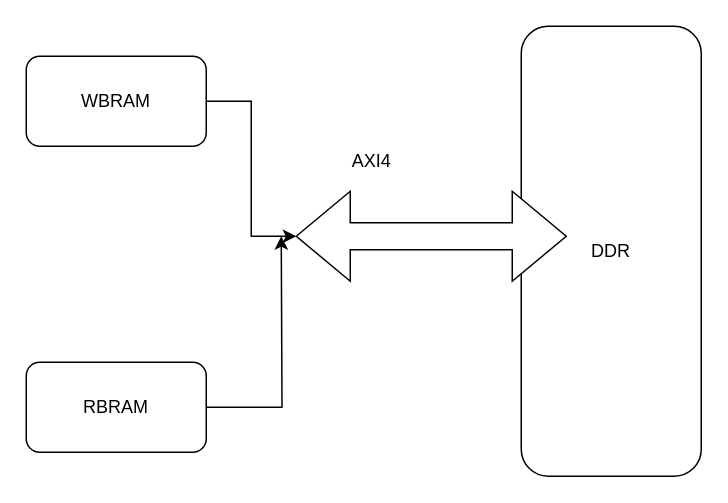
Momenttt/hellogithub keeps this draw.io diagram as eth_ddr_cache.drawio. Above is the earlier version. Source tidied: cells renumbered, new cells numbered last; positions are measured from the earlier drawing's top-left corner, leaving out a move shared by most shapes. Both pictures are drawn from the tidied source at 150%, with x=0, y=0 at pixel (26, 26).
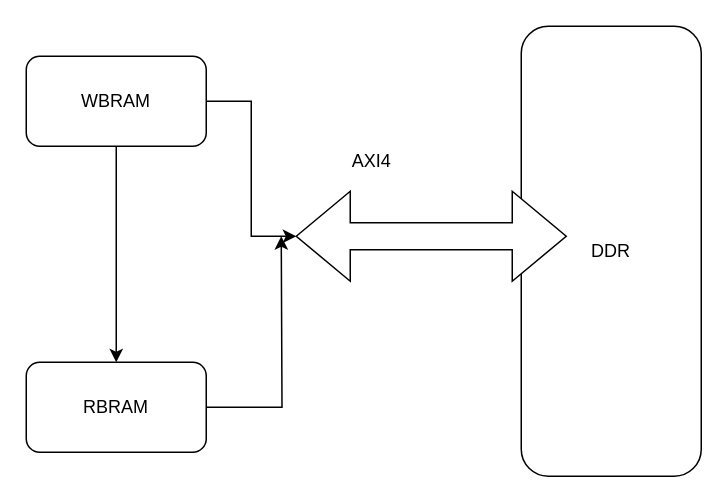
Above is the later version.

Diff of the diagram source:
```diff
@@
 <mxGraphModel>
   <root>
     <mxCell id="0" />
     <mxCell id="1" parent="0" />
     <mxCell id="2" style="edgeStyle=orthogonalEdgeStyle;rounded=0;jettySize=auto;html=1;exitX=1;exitY=0.5;exitDx=0;exitDy=0;entryX=0;entryY=0.5;entryDx=0;entryDy=0;entryPerimeter=0;" parent="1" edge="1" source="3" target="7">
       <mxGeometry relative="1" as="geometry" />
     </mxCell>
+    <mxCell id="9" style="edgeStyle=orthogonalEdgeStyle;rounded=0;jettySize=auto;html=1;exitX=0.5;exitY=1;exitDx=0;exitDy=0;" parent="1" edge="1" source="3" target="5">
+      <mxGeometry relative="1" as="geometry" />
+    </mxCell>
     <mxCell id="3" value="WBRAM" style="rounded=1;whiteSpace=wrap;html=1;" parent="1" vertex="1">
       <mxGeometry y="20" width="120" height="60" as="geometry" />
     </mxCell>
     <mxCell id="4" style="edgeStyle=orthogonalEdgeStyle;rounded=0;jettySize=auto;html=1;exitX=1;exitY=0.5;exitDx=0;exitDy=0;" parent="1" edge="1" source="5">
       <mxGeometry relative="1" as="geometry">
         <mxPoint x="170" y="140" as="targetPoint" />
       </mxGeometry>
     </mxCell>
     <mxCell id="5" value="RBRAM" style="rounded=1;whiteSpace=wrap;html=1;" parent="1" vertex="1">
       <mxGeometry y="224" width="120" height="60" as="geometry" />
     </mxCell>
     <mxCell id="6" value="DDR" style="rounded=1;whiteSpace=wrap;html=1;" parent="1" vertex="1">
       <mxGeometry x="330" width="120" height="300" as="geometry" />
     </mxCell>
     <mxCell id="7" style="shape=doubleArrow;whiteSpace=wrap;html=1;" parent="1" vertex="1">
       <mxGeometry x="180" y="110" width="180" height="60" as="geometry" />
     </mxCell>
     <mxCell id="8" value="AXI4" style="text;html=1;align=center;verticalAlign=middle;" parent="1" vertex="1">
       <mxGeometry x="210" y="80" width="40" height="20" as="geometry" />
     </mxCell>
   </root>
 </mxGraphModel>
```
